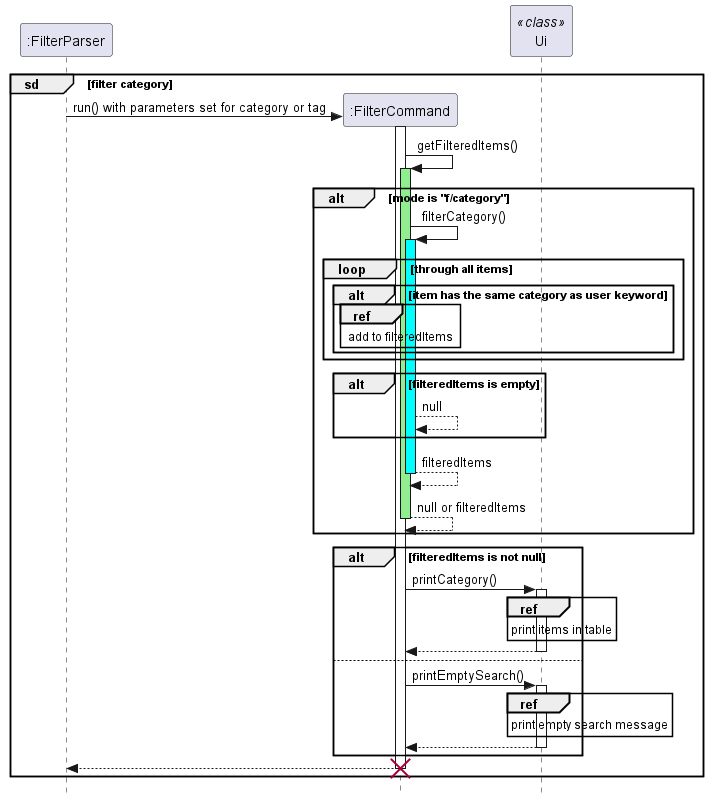
Earlier version of the PlantUML export docs/UML/Filter/FilterTagCategory.png (nus-cs2113-AY2223S2/tp).
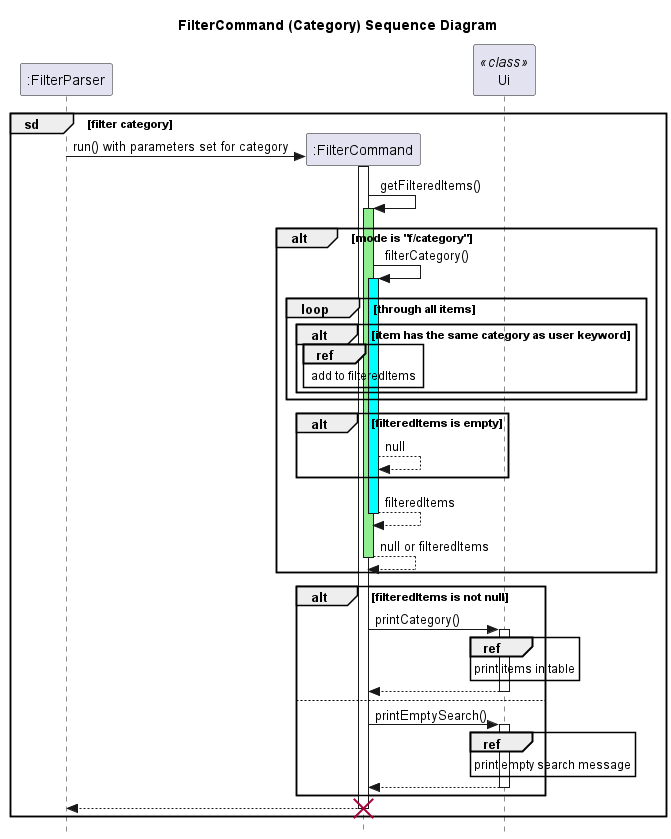
The same file after the commit.

Change to the diagram source:
```diff
@@ -1,9 +1,10 @@
 @startuml
+title FilterCommand (Category) Sequence Diagram
 
 skinparam style strictuml
 participant ":FilterParser"
 group sd [filter category]
-    ":FilterParser" -> ":FilterCommand" ** : run() with parameters set for category or tag
+    ":FilterParser" -> ":FilterCommand" ** : run() with parameters set for category
     activate ":FilterCommand"
     ":FilterCommand" -> ":FilterCommand": getFilteredItems()
     activate ":FilterCommand" #lightgreen
```
